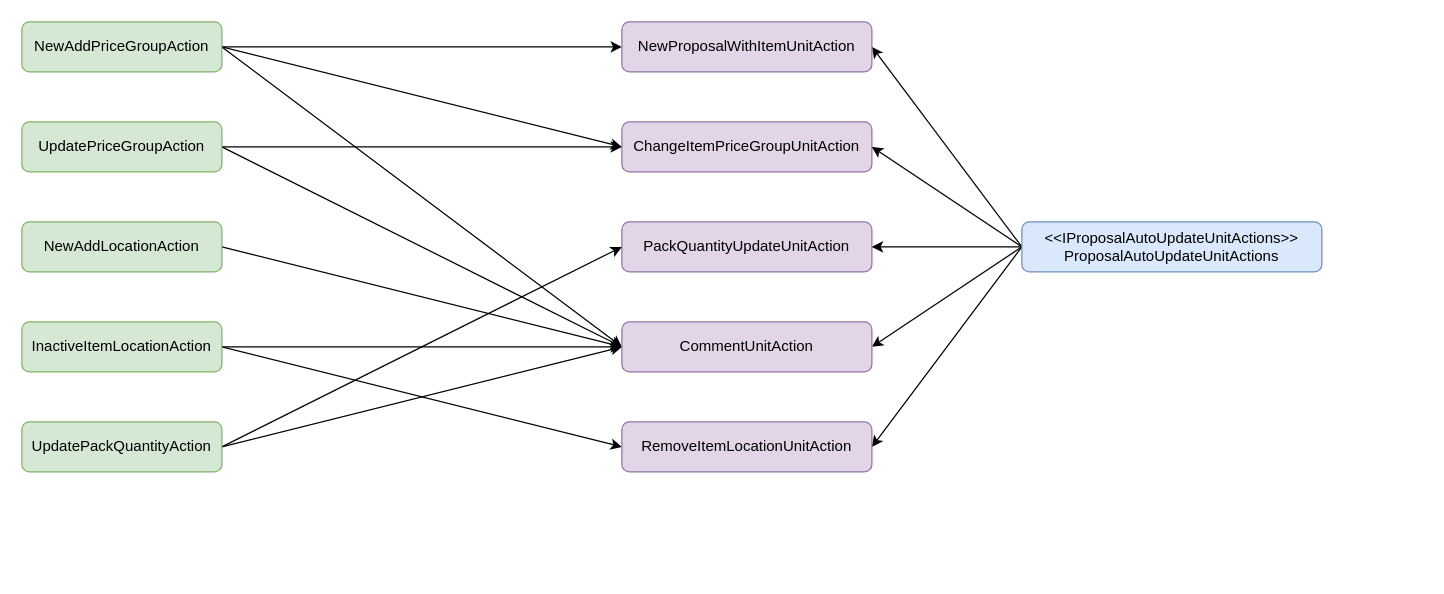
Earlier version of the draw.io diagram Update Actions Strategy Mapping.drawio (dajin-kingland/UMLdiagrams). Source tidied: cells renumbered, new cells numbered last; positions are measured from the earlier drawing's top-left corner, leaving out a move shared by most shapes. Both pictures are drawn from the tidied source at 125%, with x=0, y=0 at pixel (21, 21).
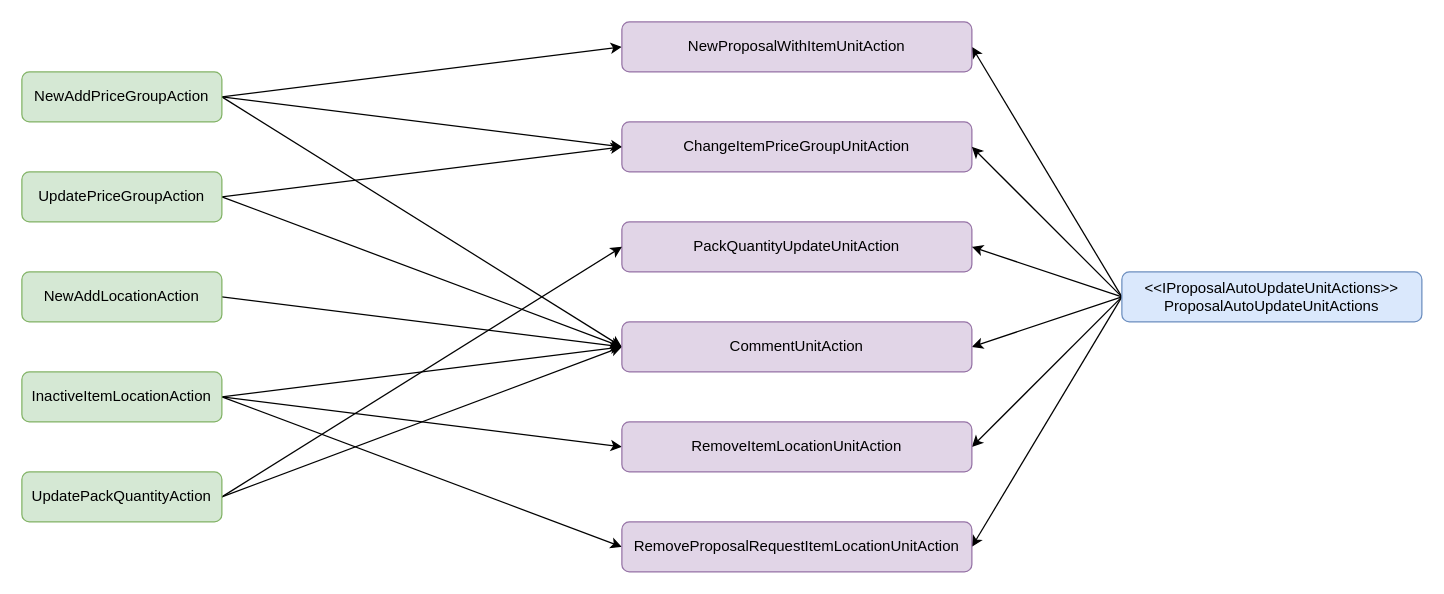
The same diagram, later.

Diff of the diagram source:
```diff
@@
     <mxCell id="5" value="NewAddPriceGroupAction" style="rounded=1;whiteSpace=wrap;html=1;fillColor=#d5e8d4;strokeColor=#82b366;" parent="1" vertex="1">
-      <mxGeometry width="160" height="40" as="geometry" />
+      <mxGeometry y="40" width="160" height="40" as="geometry" />
     </mxCell>
     <mxCell id="6" value="ChangeItemPriceGroupUnitAction" style="rounded=1;whiteSpace=wrap;html=1;fillColor=#e1d5e7;strokeColor=#9673a6;" parent="1" vertex="1">
-      <mxGeometry x="480" y="80" width="200" height="40" as="geometry" />
+      <mxGeometry x="480" y="80" width="280" height="40" as="geometry" />
     </mxCell>
     <mxCell id="7" value="PackQuantityUpdateUnitAction" style="rounded=1;whiteSpace=wrap;html=1;fillColor=#e1d5e7;strokeColor=#9673a6;" parent="1" vertex="1">
-      <mxGeometry x="480" y="160" width="200" height="40" as="geometry" />
+      <mxGeometry x="480" y="160" width="280" height="40" as="geometry" />
     </mxCell>
@@
+    <mxCell id="28" style="rounded=0;jettySize=auto;html=1;entryX=1;entryY=0.5;entryDx=0;entryDy=0;exitX=0;exitY=0.5;exitDx=0;exitDy=0;" parent="1" edge="1" source="13" target="30">
+      <mxGeometry relative="1" as="geometry" />
+    </mxCell>
     <mxCell id="13" value="&amp;lt;&amp;lt;IProposalAutoUpdateUnitActions&amp;gt;&amp;gt;&lt;br&gt;ProposalAutoUpdateUnitActions" style="rounded=1;whiteSpace=wrap;html=1;fillColor=#dae8fc;strokeColor=#6c8ebf;" parent="1" vertex="1">
-      <mxGeometry x="800" y="160" width="240" height="40" as="geometry" />
+      <mxGeometry x="880" y="200" width="240" height="40" as="geometry" />
     </mxCell>
     <mxCell id="14" value="NewProposalWithItemUnitAction" style="rounded=1;whiteSpace=wrap;html=1;fillColor=#e1d5e7;strokeColor=#9673a6;" parent="1" vertex="1">
-      <mxGeometry x="480" width="200" height="40" as="geometry" />
+      <mxGeometry x="480" width="280" height="40" as="geometry" />
     </mxCell>
@@
     <mxCell id="17" value="UpdatePriceGroupAction" style="rounded=1;whiteSpace=wrap;html=1;fillColor=#d5e8d4;strokeColor=#82b366;" parent="1" vertex="1">
-      <mxGeometry y="80" width="160" height="40" as="geometry" />
+      <mxGeometry y="120" width="160" height="40" as="geometry" />
     </mxCell>
@@
     <mxCell id="20" value="UpdatePackQuantityAction" style="rounded=1;whiteSpace=wrap;html=1;fillColor=#d5e8d4;strokeColor=#82b366;" parent="1" vertex="1">
-      <mxGeometry y="320" width="160" height="40" as="geometry" />
+      <mxGeometry y="360" width="160" height="40" as="geometry" />
     </mxCell>
@@
     <mxCell id="22" value="NewAddLocationAction" style="rounded=1;whiteSpace=wrap;html=1;fillColor=#d5e8d4;strokeColor=#82b366;" parent="1" vertex="1">
-      <mxGeometry y="160" width="160" height="40" as="geometry" />
+      <mxGeometry y="200" width="160" height="40" as="geometry" />
     </mxCell>
@@
+    <mxCell id="29" style="edgeStyle=none;rounded=0;jettySize=auto;html=1;entryX=0;entryY=0.5;entryDx=0;entryDy=0;exitX=1;exitY=0.5;exitDx=0;exitDy=0;exitPerimeter=0;" parent="1" edge="1" source="25" target="30">
+      <mxGeometry relative="1" as="geometry" />
+    </mxCell>
     <mxCell id="25" value="InactiveItemLocationAction" style="rounded=1;whiteSpace=wrap;html=1;fillColor=#d5e8d4;strokeColor=#82b366;" parent="1" vertex="1">
-      <mxGeometry y="240" width="160" height="40" as="geometry" />
+      <mxGeometry y="280" width="160" height="40" as="geometry" />
     </mxCell>
     <mxCell id="26" value="CommentUnitAction" style="rounded=1;whiteSpace=wrap;html=1;fillColor=#e1d5e7;strokeColor=#9673a6;" parent="1" vertex="1">
-      <mxGeometry x="480" y="240" width="200" height="40" as="geometry" />
+      <mxGeometry x="480" y="240" width="280" height="40" as="geometry" />
     </mxCell>
     <mxCell id="27" value="RemoveItemLocationUnitAction" style="rounded=1;whiteSpace=wrap;html=1;fillColor=#e1d5e7;strokeColor=#9673a6;" parent="1" vertex="1">
-      <mxGeometry x="480" y="320" width="200" height="40" as="geometry" />
+      <mxGeometry x="480" y="320" width="280" height="40" as="geometry" />
     </mxCell>
+    <mxCell id="30" value="RemoveProposalRequestItemLocationUnitAction" style="rounded=1;whiteSpace=wrap;html=1;fillColor=#e1d5e7;strokeColor=#9673a6;" parent="1" vertex="1">
+      <mxGeometry x="480" y="400" width="280" height="40" as="geometry" />
+    </mxCell>
```
